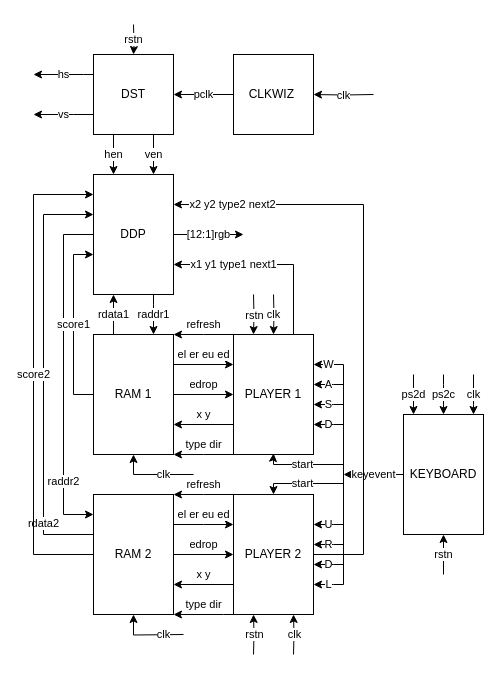
Above: 俄罗斯方块 框图.drawio in caochenrui/Draw.io (draw.io), before the change. Source tidied: cells renumbered, new cells numbered last; positions are measured from the earlier drawing's top-left corner, leaving out a move shared by most shapes. Both pictures are drawn from the tidied source at 100%, with x=0, y=0 at pixel (33, 24).
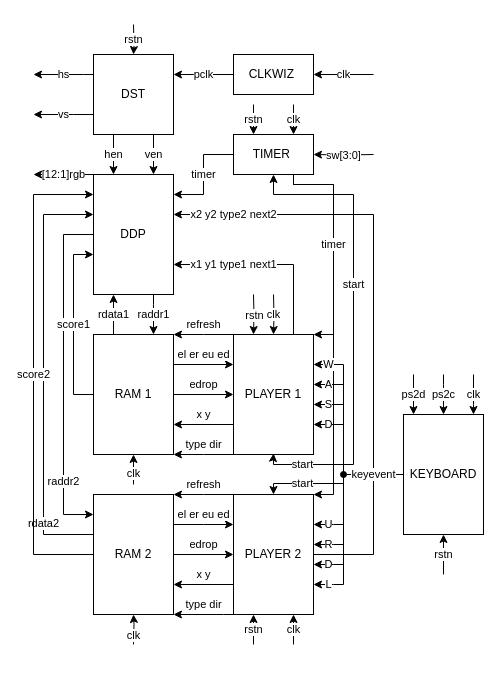
The same diagram, later.

Commit message:
更新俄罗斯方块 框图.drawio

The change refers to these unchanged cells:
```xml
<mxCell id="5" value="DDP" style="rounded=0;whiteSpace=wrap;html=1;" parent="1" vertex="1">
  <mxGeometry x="60" y="150" width="80" height="120" as="geometry" />
</mxCell>
<mxCell id="13" value="PLAYER 1" style="rounded=0;whiteSpace=wrap;html=1;" parent="1" vertex="1">
  <mxGeometry x="200" y="310" width="80" height="120" as="geometry" />
</mxCell>
<mxCell id="17" value="KEYBOARD" style="rounded=0;whiteSpace=wrap;html=1;" parent="1" vertex="1">
  <mxGeometry x="370" y="390" width="80" height="120" as="geometry" />
</mxCell>
<mxCell id="23" value="DST" style="rounded=0;whiteSpace=wrap;html=1;" parent="1" vertex="1">
  <mxGeometry x="60" y="30" width="80" height="80" as="geometry" />
</mxCell>
<mxCell id="39" value="PLAYER 2" style="rounded=0;whiteSpace=wrap;html=1;" parent="1" vertex="1">
  <mxGeometry x="200" y="470" width="80" height="120" as="geometry" />
</mxCell>
<mxCell id="44" value="RAM 1" style="rounded=0;whiteSpace=wrap;html=1;" parent="1" vertex="1">
  <mxGeometry x="60" y="310" width="80" height="120" as="geometry" />
</mxCell>
<mxCell id="46" value="RAM 2" style="rounded=0;whiteSpace=wrap;html=1;" parent="1" vertex="1">
  <mxGeometry x="60" y="470" width="80" height="120" as="geometry" />
</mxCell>
```

Change to the diagram source:
```diff
@@
+    <mxCell id="58" style="edgeStyle=orthogonalEdgeStyle;rounded=0;jettySize=auto;html=1;exitX=0.75;exitY=1;exitDx=0;exitDy=0;entryX=1;entryY=0;entryDx=0;entryDy=0;" parent="1" edge="1" source="61" target="39">
+      <mxGeometry relative="1" as="geometry">
+        <Array as="points">
+          <mxPoint x="260" y="160" />
+          <mxPoint x="300" y="160" />
+          <mxPoint x="300" y="470" />
+        </Array>
+      </mxGeometry>
+    </mxCell>
-    <mxCell id="2" value="[12:1]rgb" style="edgeStyle=orthogonalEdgeStyle;rounded=0;jettySize=auto;html=1;exitX=1;exitY=0.5;exitDx=0;exitDy=0;" parent="1" edge="1" source="5">
+    <mxCell id="2" value="[12:1]rgb" style="edgeStyle=orthogonalEdgeStyle;rounded=0;jettySize=auto;html=1;" parent="1" edge="1" source="5">
       <mxGeometry relative="1" as="geometry">
-        <mxPoint x="210" y="210" as="targetPoint" />
+        <mxPoint y="150" as="targetPoint" />
+        <Array as="points">
+          <mxPoint x="60" y="150" />
+          <mxPoint x="60" y="150" />
+        </Array>
       </mxGeometry>
     </mxCell>
@@
-    <mxCell id="16" value="keyevent" style="edgeStyle=orthogonalEdgeStyle;rounded=0;jettySize=auto;html=1;exitX=0;exitY=0.5;exitDx=0;exitDy=0;" parent="1" edge="1" source="17">
-      <mxGeometry relative="1" as="geometry">
-        <mxPoint x="310" y="450" as="targetPoint" />
-        <Array as="points">
-          <mxPoint x="310" y="450" />
-        </Array>
-      </mxGeometry>
-    </mxCell>
@@
     <mxCell id="22" value="pclk" style="edgeStyle=orthogonalEdgeStyle;rounded=0;jettySize=auto;html=1;" parent="1" edge="1" source="34" target="23">
-      <mxGeometry relative="1" as="geometry" />
+      <mxGeometry relative="1" as="geometry">
+        <Array as="points">
+          <mxPoint x="160" y="50" />
+          <mxPoint x="160" y="50" />
+        </Array>
+      </mxGeometry>
     </mxCell>
@@
     <mxCell id="34" value="CLKWIZ&amp;nbsp;" style="rounded=0;whiteSpace=wrap;html=1;" parent="1" vertex="1">
-      <mxGeometry x="200" y="30" width="80" height="80" as="geometry" />
+      <mxGeometry x="200" y="30" width="80" height="40" as="geometry" />
     </mxCell>
     <mxCell id="35" value="clk" style="edgeStyle=orthogonalEdgeStyle;rounded=0;jettySize=auto;html=1;" parent="1" edge="1" target="34">
       <mxGeometry relative="1" as="geometry">
-        <mxPoint x="340" y="70" as="sourcePoint" />
+        <mxPoint x="340" y="50" as="sourcePoint" />
+        <Array as="points">
+          <mxPoint x="340" y="50" />
+        </Array>
       </mxGeometry>
     </mxCell>
@@
-    <mxCell id="38" value="x2 y2 type2 next2" style="edgeStyle=orthogonalEdgeStyle;rounded=0;jettySize=auto;html=1;entryX=1;entryY=0.25;entryDx=0;entryDy=0;" parent="1" edge="1" source="39" target="5">
+    <mxCell id="38" value="x2 y2 type2 next2" style="edgeStyle=orthogonalEdgeStyle;rounded=0;jettySize=auto;html=1;" parent="1" edge="1" source="39" target="5">
       <mxGeometry x="0.8" relative="1" as="geometry">
         <Array as="points">
-          <mxPoint x="330" y="530" />
-          <mxPoint x="330" y="180" />
+          <mxPoint x="340" y="530" />
+          <mxPoint x="340" y="190" />
         </Array>
       </mxGeometry>
     </mxCell>
@@
     <mxCell id="52" value="clk" style="edgeStyle=orthogonalEdgeStyle;rounded=0;jettySize=auto;html=1;entryX=0.75;entryY=1;entryDx=0;entryDy=0;" parent="1" edge="1" target="39">
       <mxGeometry relative="1" as="geometry">
-        <mxPoint x="260" y="630" as="sourcePoint" />
+        <mxPoint x="260" y="620" as="sourcePoint" />
       </mxGeometry>
     </mxCell>
     <mxCell id="53" value="rstn" style="edgeStyle=orthogonalEdgeStyle;rounded=0;jettySize=auto;html=1;entryX=0.25;entryY=1;entryDx=0;entryDy=0;" parent="1" edge="1" target="39">
       <mxGeometry relative="1" as="geometry">
-        <mxPoint x="220" y="630" as="sourcePoint" />
+        <mxPoint x="220" y="620" as="sourcePoint" />
       </mxGeometry>
     </mxCell>
     <mxCell id="54" value="clk" style="edgeStyle=orthogonalEdgeStyle;rounded=0;jettySize=auto;html=1;" parent="1" edge="1" target="44">
       <mxGeometry x="-0.25" relative="1" as="geometry">
-        <mxPoint x="160" y="450" as="sourcePoint" />
+        <mxPoint x="100" y="460" as="sourcePoint" />
         <Array as="points">
           <mxPoint x="100" y="450" />
         </Array>
       </mxGeometry>
     </mxCell>
     <mxCell id="55" value="clk" style="edgeStyle=orthogonalEdgeStyle;rounded=0;jettySize=auto;html=1;" parent="1" edge="1" target="46">
       <mxGeometry x="-0.43" relative="1" as="geometry">
-        <mxPoint x="150" y="610" as="sourcePoint" />
+        <mxPoint x="100" y="620" as="sourcePoint" />
       </mxGeometry>
     </mxCell>
@@
+    <mxCell id="59" value="timer" style="edgeStyle=orthogonalEdgeStyle;rounded=0;jettySize=auto;html=1;exitX=0;exitY=0.5;exitDx=0;exitDy=0;" parent="1" edge="1" source="61" target="5">
+      <mxGeometry relative="1" as="geometry">
+        <Array as="points">
+          <mxPoint x="170" y="130" />
+          <mxPoint x="170" y="170" />
+        </Array>
+      </mxGeometry>
+    </mxCell>
+    <mxCell id="60" value="timer" style="edgeStyle=orthogonalEdgeStyle;rounded=0;jettySize=auto;html=1;exitX=0.75;exitY=1;exitDx=0;exitDy=0;entryX=1;entryY=0;entryDx=0;entryDy=0;" parent="1" edge="1" source="61" target="13">
+      <mxGeometry relative="1" as="geometry">
+        <Array as="points">
+          <mxPoint x="260" y="160" />
+          <mxPoint x="300" y="160" />
+          <mxPoint x="300" y="310" />
+        </Array>
+      </mxGeometry>
+    </mxCell>
+    <mxCell id="61" value="TIMER&amp;nbsp;" style="rounded=0;whiteSpace=wrap;html=1;" parent="1" vertex="1">
+      <mxGeometry x="200" y="110" width="80" height="40" as="geometry" />
+    </mxCell>
+    <mxCell id="62" value="sw[3:0]" style="edgeStyle=orthogonalEdgeStyle;rounded=0;jettySize=auto;html=1;entryX=1;entryY=0.5;entryDx=0;entryDy=0;" parent="1" edge="1" target="61">
+      <mxGeometry relative="1" as="geometry">
+        <mxPoint x="340" y="130" as="sourcePoint" />
+      </mxGeometry>
+    </mxCell>
+    <mxCell id="63" value="start" style="edgeStyle=orthogonalEdgeStyle;rounded=0;jettySize=auto;html=1;" parent="1" edge="1" target="61">
+      <mxGeometry relative="1" as="geometry">
+        <mxPoint x="310" y="440" as="sourcePoint" />
+        <Array as="points">
+          <mxPoint x="320" y="440" />
+          <mxPoint x="320" y="170" />
+          <mxPoint x="240" y="170" />
+        </Array>
+      </mxGeometry>
+    </mxCell>
+    <mxCell id="64" value="clk" style="edgeStyle=orthogonalEdgeStyle;rounded=0;jettySize=auto;html=1;" parent="1" edge="1" target="61">
+      <mxGeometry relative="1" as="geometry">
+        <mxPoint x="260" y="80" as="sourcePoint" />
+        <Array as="points">
+          <mxPoint x="260" y="100" />
+          <mxPoint x="260" y="100" />
+        </Array>
+      </mxGeometry>
+    </mxCell>
+    <mxCell id="65" value="rstn" style="edgeStyle=orthogonalEdgeStyle;rounded=0;jettySize=auto;html=1;" parent="1" edge="1" target="61">
+      <mxGeometry relative="1" as="geometry">
+        <mxPoint x="220" y="80" as="sourcePoint" />
+        <Array as="points">
+          <mxPoint x="220" y="100" />
+          <mxPoint x="220" y="100" />
+        </Array>
+      </mxGeometry>
+    </mxCell>
+    <mxCell id="16" value="keyevent" style="edgeStyle=orthogonalEdgeStyle;rounded=0;jettySize=auto;html=1;exitX=0;exitY=0.5;exitDx=0;exitDy=0;endArrow=oval;endFill=1;" parent="1" edge="1" source="17">
+      <mxGeometry relative="1" as="geometry">
+        <mxPoint x="310" y="450" as="targetPoint" />
+        <Array as="points">
+          <mxPoint x="310" y="450" />
+        </Array>
+      </mxGeometry>
+    </mxCell>
```
